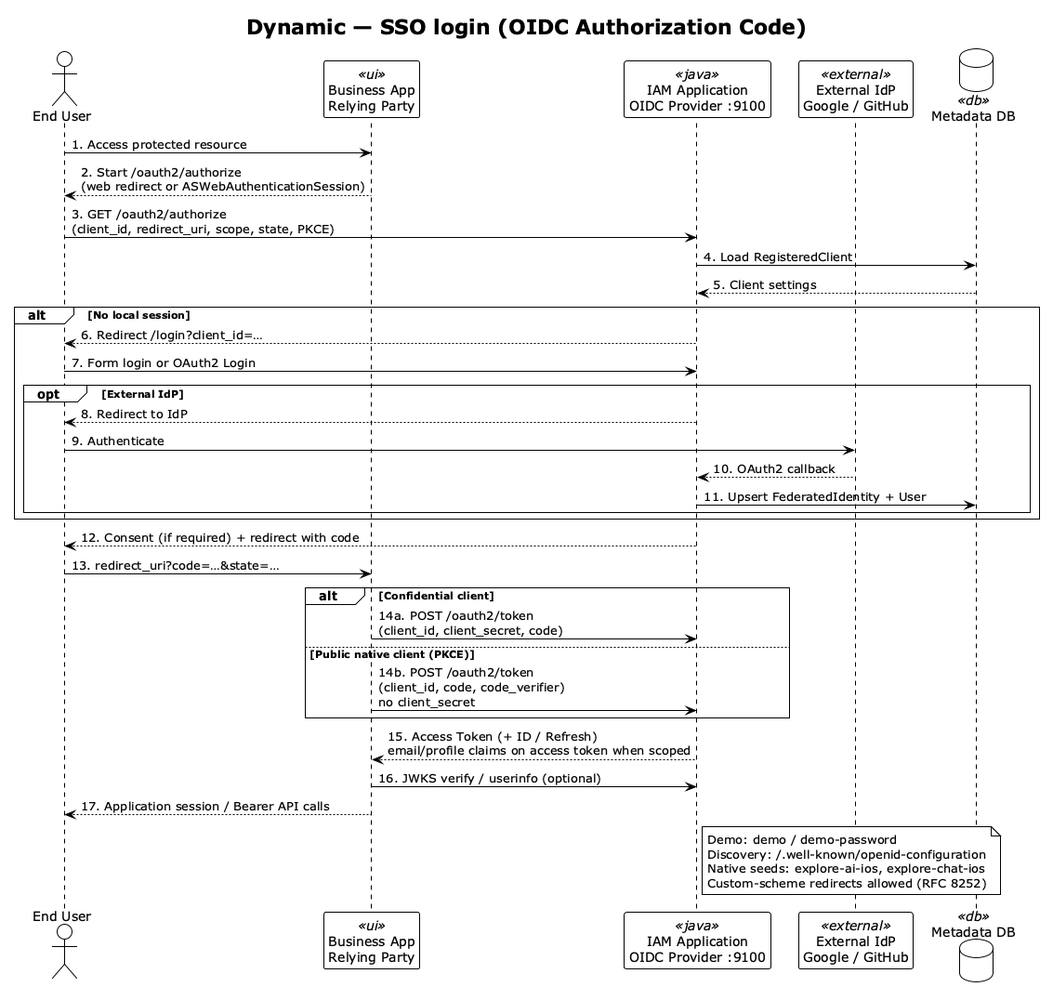
The PlantUML diagram docs/developer/c4-model/png/C4-Dynamic-SSOLogin.png in felixzhu97/explore-iam, before a commit.
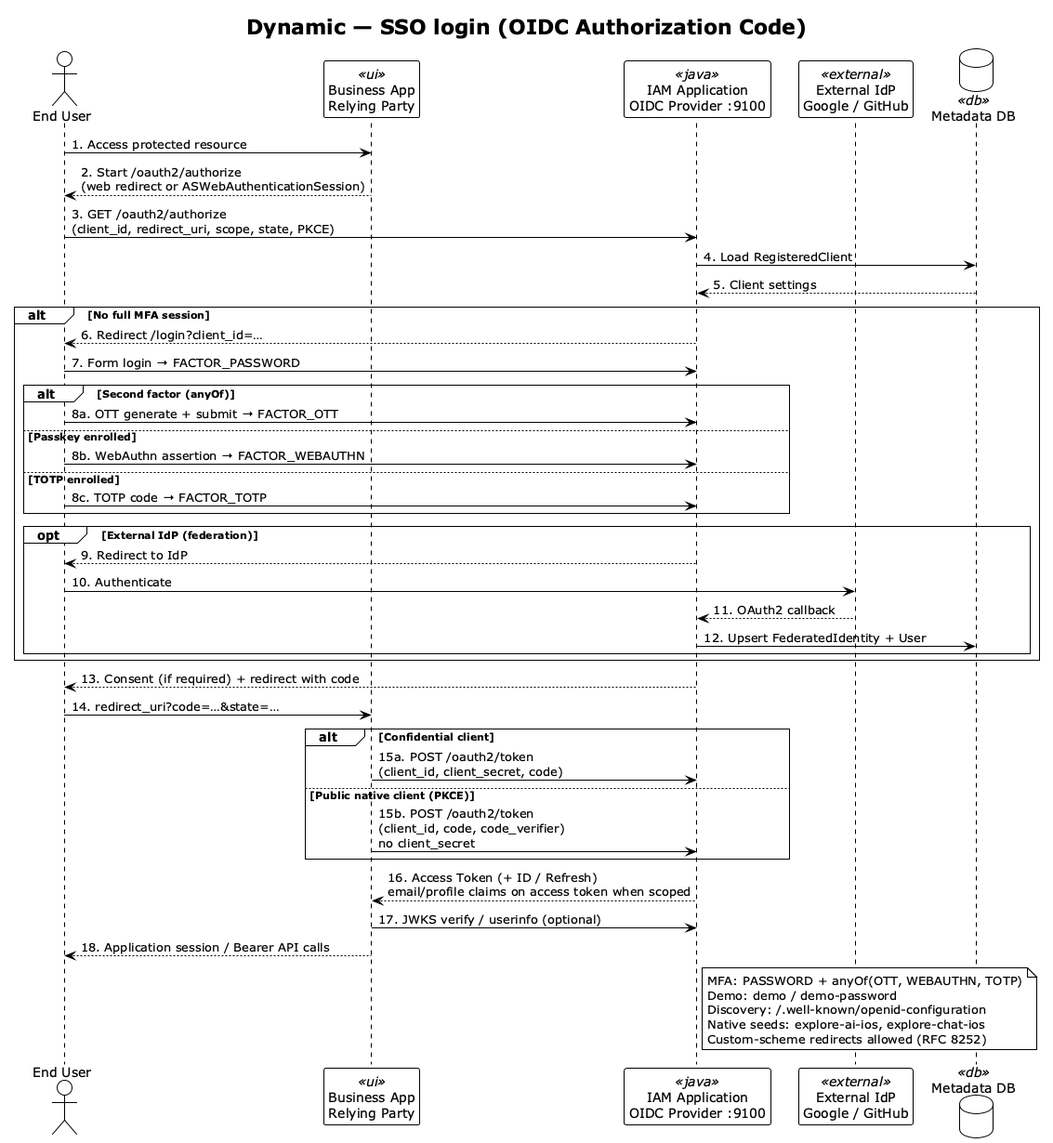
After the commit.

The edit, as a diff of the source:
```diff
@@ -16,28 +16,36 @@
 user -> iam: 3. GET /oauth2/authorize\n(client_id, redirect_uri, scope, state, PKCE)
 iam -> db: 4. Load RegisteredClient
 db --> iam: 5. Client settings
-alt No local session
+alt No full MFA session
   iam --> user: 6. Redirect /login?client_id=…
-  user -> iam: 7. Form login or OAuth2 Login
-  opt External IdP
-    iam --> user: 8. Redirect to IdP
-    user -> idp: 9. Authenticate
-    idp --> iam: 10. OAuth2 callback
-    iam -> db: 11. Upsert FederatedIdentity + User
+  user -> iam: 7. Form login → FACTOR_PASSWORD
+  alt Second factor (anyOf)
+    user -> iam: 8a. OTT generate + submit → FACTOR_OTT
+  else Passkey enrolled
+    user -> iam: 8b. WebAuthn assertion → FACTOR_WEBAUTHN
+  else TOTP enrolled
+    user -> iam: 8c. TOTP code → FACTOR_TOTP
+  end
+  opt External IdP (federation)
+    iam --> user: 9. Redirect to IdP
+    user -> idp: 10. Authenticate
+    idp --> iam: 11. OAuth2 callback
+    iam -> db: 12. Upsert FederatedIdentity + User
   end
 end
-iam --> user: 12. Consent (if required) + redirect with code
-user -> app: 13. redirect_uri?code=…&state=…
+iam --> user: 13. Consent (if required) + redirect with code
+user -> app: 14. redirect_uri?code=…&state=…
 alt Confidential client
-  app -> iam: 14a. POST /oauth2/token\n(client_id, client_secret, code)
+  app -> iam: 15a. POST /oauth2/token\n(client_id, client_secret, code)
 else Public native client (PKCE)
-  app -> iam: 14b. POST /oauth2/token\n(client_id, code, code_verifier)\nno client_secret
+  app -> iam: 15b. POST /oauth2/token\n(client_id, code, code_verifier)\nno client_secret
 end
-iam --> app: 15. Access Token (+ ID / Refresh)\nemail/profile claims on access token when scoped
-app -> iam: 16. JWKS verify / userinfo (optional)
-app --> user: 17. Application session / Bearer API calls
+iam --> app: 16. Access Token (+ ID / Refresh)\nemail/profile claims on access token when scoped
+app -> iam: 17. JWKS verify / userinfo (optional)
+app --> user: 18. Application session / Bearer API calls
 
 note right of iam
+  MFA: PASSWORD + anyOf(OTT, WEBAUTHN, TOTP)
   Demo: demo / demo-password
   Discovery: /.well-known/openid-configuration
   Native seeds: explore-ai-ios, explore-chat-ios
```
